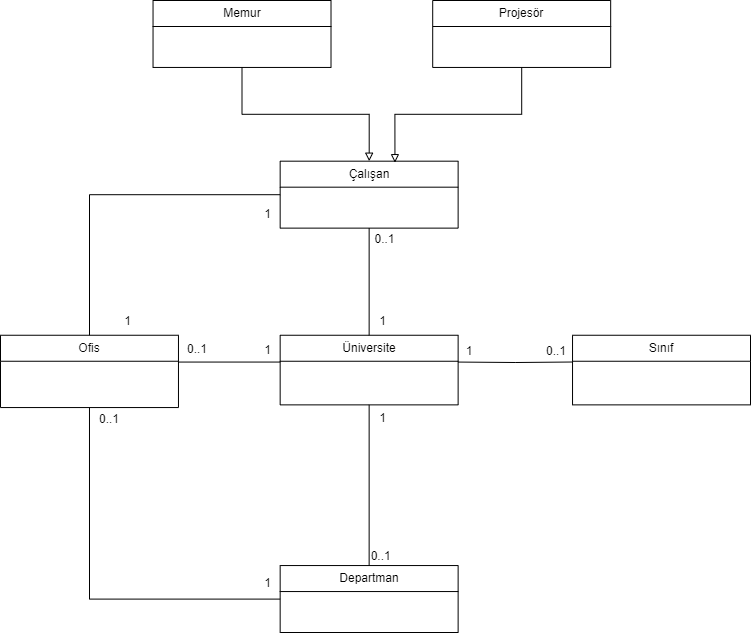
This is Odev_Universite_Yonetim_Sistemi_Class_Diagram.png from omertonkus/Class_Diagrams, a draw.io export, as it was before one commit. Source tidied: cells renumbered, new cells last; positions are measured from the earlier drawing's top-left corner, leaving out a move shared by most shapes. Its diagram source:
```xml
<mxGraphModel background="#FFFFFF">
  <root>
    <mxCell id="0" />
    <mxCell id="1" parent="0" />
    <mxCell id="2" value="Projesör" style="swimlane;fontStyle=0;horizontal=1;startSize=26;fillColor=none;whiteSpace=wrap;html=1;" parent="1" vertex="1">
      <mxGeometry x="432.2" width="178" height="66.9" as="geometry" />
    </mxCell>
    <mxCell id="3" value="Memur" style="swimlane;fontStyle=0;horizontal=1;startSize=26;fillColor=none;whiteSpace=wrap;html=1;" parent="1" vertex="1">
      <mxGeometry x="152.5" width="178" height="66.9" as="geometry" />
    </mxCell>
    <mxCell id="4" value="Üniversite" style="swimlane;fontStyle=0;horizontal=1;startSize=26;fillColor=none;whiteSpace=wrap;html=1;" parent="1" vertex="1">
      <mxGeometry x="279.7" y="334.7" width="178" height="69.6" as="geometry" />
    </mxCell>
    <mxCell id="5" style="edgeStyle=orthogonalEdgeStyle;rounded=0;orthogonalLoop=1;jettySize=auto;html=1;entryX=1;entryY=0.5;entryDx=0;entryDy=0;endArrow=none;endFill=0;" parent="1" edge="1">
      <mxGeometry relative="1" as="geometry">
        <mxPoint x="572" y="361.5" as="sourcePoint" />
        <mxPoint x="457.6" y="361.6" as="targetPoint" />
      </mxGeometry>
    </mxCell>
    <mxCell id="6" value="Sınıf" style="swimlane;fontStyle=0;horizontal=1;startSize=26;fillColor=none;whiteSpace=wrap;html=1;" parent="1" vertex="1">
      <mxGeometry x="572" y="334.7" width="178" height="69.6" as="geometry" />
    </mxCell>
    <mxCell id="7" value="Ofis" style="swimlane;fontStyle=0;horizontal=1;startSize=26;fillColor=none;whiteSpace=wrap;html=1;" parent="1" vertex="1">
      <mxGeometry y="334.7" width="178" height="72.3" as="geometry" />
    </mxCell>
    <mxCell id="8" style="edgeStyle=orthogonalEdgeStyle;rounded=0;jettySize=auto;html=1;startArrow=none;startFill=0;endArrow=none;endFill=0;" parent="1" edge="1" source="10" target="7">
      <mxGeometry relative="1" as="geometry" />
    </mxCell>
    <mxCell id="9" style="edgeStyle=orthogonalEdgeStyle;rounded=0;jettySize=auto;html=1;endArrow=none;endFill=0;" parent="1" edge="1" source="10" target="4">
      <mxGeometry relative="1" as="geometry" />
    </mxCell>
    <mxCell id="10" value="Çalışan" style="swimlane;fontStyle=0;horizontal=1;startSize=26;fillColor=none;whiteSpace=wrap;html=1;" parent="1" vertex="1">
      <mxGeometry x="279.7" y="160.7" width="178" height="66.9" as="geometry" />
    </mxCell>
    <mxCell id="11" value="Departman" style="swimlane;fontStyle=0;horizontal=1;startSize=26;fillColor=none;whiteSpace=wrap;html=1;" parent="1" vertex="1">
      <mxGeometry x="279.7" y="565.1" width="178" height="66.9" as="geometry" />
    </mxCell>
    <mxCell id="12" style="rounded=0;jettySize=auto;html=1;entryX=0.5;entryY=1;entryDx=0;entryDy=0;edgeStyle=orthogonalEdgeStyle;endArrow=none;endFill=0;" parent="1" edge="1" source="11" target="7">
      <mxGeometry relative="1" as="geometry" />
    </mxCell>
    <mxCell id="13" value="1" style="text;html=1;strokeColor=none;fillColor=none;align=center;verticalAlign=middle;whiteSpace=wrap;rounded=0;" parent="1" vertex="1">
      <mxGeometry x="457.6" y="340" width="22.4" height="21.5" as="geometry" />
    </mxCell>
    <mxCell id="14" style="edgeStyle=orthogonalEdgeStyle;rounded=0;orthogonalLoop=1;jettySize=auto;html=1;entryX=0;entryY=0;entryDx=0;entryDy=0;" parent="1" edge="1">
      <mxGeometry relative="1" as="geometry">
        <mxPoint x="533.9" y="362.9" as="sourcePoint" />
        <mxPoint x="533.9" y="362.9" as="targetPoint" />
      </mxGeometry>
    </mxCell>
    <mxCell id="15" style="line;strokeWidth=1;fillColor=none;align=left;verticalAlign=middle;spacingTop=-1;spacingLeft=3;spacingRight=3;labelPosition=right;strokeColor=inherit;" parent="1" vertex="1">
      <mxGeometry x="178" y="356.2" width="101.7" height="10.7" as="geometry" />
    </mxCell>
    <mxCell id="16" value="1" style="text;html=1;strokeColor=none;fillColor=none;align=center;verticalAlign=middle;whiteSpace=wrap;rounded=0;" parent="1" vertex="1">
      <mxGeometry x="254.2" y="336.8" width="26.7" height="26.8" as="geometry" />
    </mxCell>
    <mxCell id="17" style="line;strokeWidth=1;fillColor=none;align=left;verticalAlign=middle;spacingTop=-1;spacingLeft=3;spacingRight=3;labelPosition=right;strokeColor=inherit;direction=south;" parent="1" vertex="1">
      <mxGeometry x="362.3" y="404.4" width="12.7" height="160.7" as="geometry" />
    </mxCell>
    <mxCell id="18" value="1" style="text;html=1;strokeColor=none;fillColor=none;align=center;verticalAlign=middle;whiteSpace=wrap;rounded=0;" parent="1" vertex="1">
      <mxGeometry x="368.6" y="404.4" width="26.7" height="26.8" as="geometry" />
    </mxCell>
    <mxCell id="19" value="0..1" style="align=left;verticalAlign=bottom;labelBackgroundColor=none;fontSize=12;direction=east;" parent="1" vertex="1">
      <mxGeometry x="368.6" y="551.7" height="13.4" as="geometry" />
    </mxCell>
    <mxCell id="20" value="1" style="text;html=1;strokeColor=none;fillColor=none;align=center;verticalAlign=middle;whiteSpace=wrap;rounded=0;" parent="1" vertex="1">
      <mxGeometry x="254.2" y="570" width="26.7" height="26.8" as="geometry" />
    </mxCell>
    <mxCell id="21" value="0..1" style="text;html=1;strokeColor=none;fillColor=none;align=center;verticalAlign=middle;whiteSpace=wrap;rounded=0;" parent="1" vertex="1">
      <mxGeometry x="90" y="407" width="38.1" height="22.9" as="geometry" />
    </mxCell>
    <mxCell id="22" value="1" style="text;html=1;strokeColor=none;fillColor=none;align=center;verticalAlign=middle;whiteSpace=wrap;rounded=0;" parent="1" vertex="1">
      <mxGeometry x="254.2" y="200.8" width="26.7" height="26.8" as="geometry" />
    </mxCell>
    <mxCell id="23" value="1" style="text;html=1;strokeColor=none;fillColor=none;align=center;verticalAlign=middle;whiteSpace=wrap;rounded=0;" parent="1" vertex="1">
      <mxGeometry x="114.4" y="308" width="26.7" height="26.8" as="geometry" />
    </mxCell>
    <mxCell id="24" style="edgeStyle=orthogonalEdgeStyle;rounded=0;jettySize=auto;html=1;endArrow=block;endFill=0;shadow=0;" parent="1" edge="1" source="3" target="10">
      <mxGeometry relative="1" as="geometry" />
    </mxCell>
    <mxCell id="25" style="edgeStyle=orthogonalEdgeStyle;rounded=0;jettySize=auto;html=1;entryX=0.645;entryY=0.022;entryDx=0;entryDy=0;entryPerimeter=0;endArrow=block;endFill=0;" parent="1" edge="1" source="2" target="10">
      <mxGeometry relative="1" as="geometry" />
    </mxCell>
    <mxCell id="26" value="0..1" style="text;html=1;strokeColor=none;fillColor=none;align=center;verticalAlign=middle;whiteSpace=wrap;rounded=0;" parent="1" vertex="1">
      <mxGeometry x="178" y="334.8" width="38.1" height="28.1" as="geometry" />
    </mxCell>
    <mxCell id="27" value="0..1" style="text;html=1;strokeColor=none;fillColor=none;align=center;verticalAlign=middle;whiteSpace=wrap;rounded=0;" parent="1" vertex="1">
      <mxGeometry x="368.6" y="227.6" width="31.4" height="22.4" as="geometry" />
    </mxCell>
    <mxCell id="28" value="1" style="text;html=1;strokeColor=none;fillColor=none;align=center;verticalAlign=middle;whiteSpace=wrap;rounded=0;" parent="1" vertex="1">
      <mxGeometry x="368.6" y="308" width="26.7" height="26.8" as="geometry" />
    </mxCell>
    <mxCell id="29" value="0..1" style="text;html=1;strokeColor=none;fillColor=none;align=center;verticalAlign=middle;whiteSpace=wrap;rounded=0;" parent="1" vertex="1">
      <mxGeometry x="540" y="340" width="32" height="21.5" as="geometry" />
    </mxCell>
  </root>
</mxGraphModel>
```
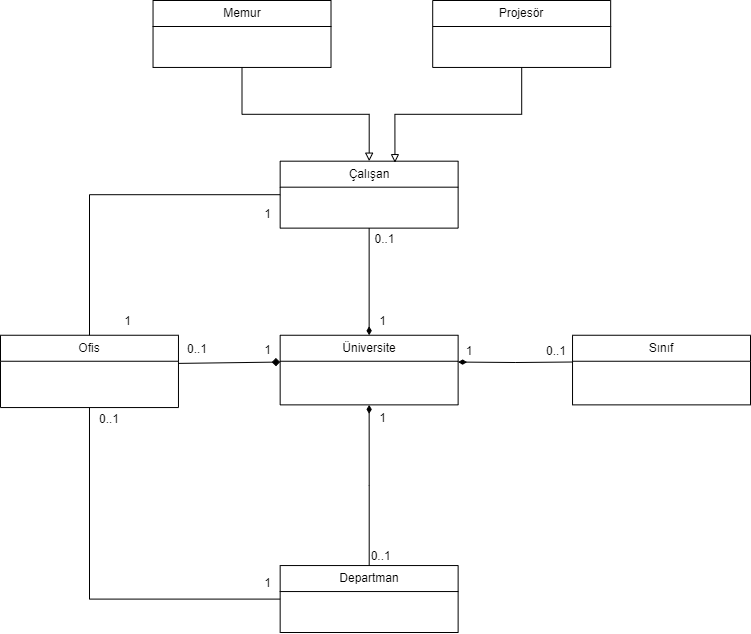
The same file after the commit.

Commit message:
Universite_Yonetim_Sistemi_Class_Diagram eklendi

The edit, as a diff of the source:
```diff
@@ -1,4 +1,4 @@
-<mxGraphModel background="#FFFFFF">
+<mxGraphModel>
   <root>
     <mxCell id="0" />
     <mxCell id="1" parent="0" />
@@ -11,7 +11,7 @@
     <mxCell id="4" value="Üniversite" style="swimlane;fontStyle=0;horizontal=1;startSize=26;fillColor=none;whiteSpace=wrap;html=1;" parent="1" vertex="1">
       <mxGeometry x="279.7" y="334.7" width="178" height="69.6" as="geometry" />
     </mxCell>
-    <mxCell id="5" style="edgeStyle=orthogonalEdgeStyle;rounded=0;orthogonalLoop=1;jettySize=auto;html=1;entryX=1;entryY=0.5;entryDx=0;entryDy=0;endArrow=none;endFill=0;" parent="1" edge="1">
+    <mxCell id="5" style="edgeStyle=orthogonalEdgeStyle;rounded=0;orthogonalLoop=1;jettySize=auto;html=1;entryX=1;entryY=0.5;entryDx=0;entryDy=0;endArrow=diamondThin;endFill=1;" parent="1" edge="1">
       <mxGeometry relative="1" as="geometry">
         <mxPoint x="572" y="361.5" as="sourcePoint" />
         <mxPoint x="457.6" y="361.6" as="targetPoint" />
@@ -20,18 +20,27 @@
     <mxCell id="6" value="Sınıf" style="swimlane;fontStyle=0;horizontal=1;startSize=26;fillColor=none;whiteSpace=wrap;html=1;" parent="1" vertex="1">
       <mxGeometry x="572" y="334.7" width="178" height="69.6" as="geometry" />
     </mxCell>
+    <mxCell id="30" style="rounded=0;orthogonalLoop=1;jettySize=auto;html=1;entryX=0;entryY=0.5;entryDx=0;entryDy=0;endArrow=diamond;endFill=1;" parent="1" edge="1">
+      <mxGeometry relative="1" as="geometry">
+        <mxPoint x="178" y="362.9" as="sourcePoint" />
+        <mxPoint x="279.7" y="361.6" as="targetPoint" />
+      </mxGeometry>
+    </mxCell>
     <mxCell id="7" value="Ofis" style="swimlane;fontStyle=0;horizontal=1;startSize=26;fillColor=none;whiteSpace=wrap;html=1;" parent="1" vertex="1">
       <mxGeometry y="334.7" width="178" height="72.3" as="geometry" />
     </mxCell>
     <mxCell id="8" style="edgeStyle=orthogonalEdgeStyle;rounded=0;jettySize=auto;html=1;startArrow=none;startFill=0;endArrow=none;endFill=0;" parent="1" edge="1" source="10" target="7">
       <mxGeometry relative="1" as="geometry" />
     </mxCell>
-    <mxCell id="9" style="edgeStyle=orthogonalEdgeStyle;rounded=0;jettySize=auto;html=1;endArrow=none;endFill=0;" parent="1" edge="1" source="10" target="4">
+    <mxCell id="9" style="edgeStyle=orthogonalEdgeStyle;rounded=0;jettySize=auto;html=1;endArrow=diamondThin;endFill=1;" parent="1" edge="1" source="10" target="4">
       <mxGeometry relative="1" as="geometry" />
     </mxCell>
     <mxCell id="10" value="Çalışan" style="swimlane;fontStyle=0;horizontal=1;startSize=26;fillColor=none;whiteSpace=wrap;html=1;" parent="1" vertex="1">
       <mxGeometry x="279.7" y="160.7" width="178" height="66.9" as="geometry" />
     </mxCell>
+    <mxCell id="31" style="edgeStyle=orthogonalEdgeStyle;rounded=0;jettySize=auto;html=1;entryX=0.5;entryY=1;entryDx=0;entryDy=0;endArrow=diamondThin;endFill=1;" parent="1" edge="1" source="11" target="4">
+      <mxGeometry relative="1" as="geometry" />
+    </mxCell>
     <mxCell id="11" value="Departman" style="swimlane;fontStyle=0;horizontal=1;startSize=26;fillColor=none;whiteSpace=wrap;html=1;" parent="1" vertex="1">
       <mxGeometry x="279.7" y="565.1" width="178" height="66.9" as="geometry" />
     </mxCell>
@@ -47,15 +56,9 @@
         <mxPoint x="533.9" y="362.9" as="targetPoint" />
       </mxGeometry>
     </mxCell>
-    <mxCell id="15" style="line;strokeWidth=1;fillColor=none;align=left;verticalAlign=middle;spacingTop=-1;spacingLeft=3;spacingRight=3;labelPosition=right;strokeColor=inherit;" parent="1" vertex="1">
-      <mxGeometry x="178" y="356.2" width="101.7" height="10.7" as="geometry" />
-    </mxCell>
     <mxCell id="16" value="1" style="text;html=1;strokeColor=none;fillColor=none;align=center;verticalAlign=middle;whiteSpace=wrap;rounded=0;" parent="1" vertex="1">
       <mxGeometry x="254.2" y="336.8" width="26.7" height="26.8" as="geometry" />
     </mxCell>
-    <mxCell id="17" style="line;strokeWidth=1;fillColor=none;align=left;verticalAlign=middle;spacingTop=-1;spacingLeft=3;spacingRight=3;labelPosition=right;strokeColor=inherit;direction=south;" parent="1" vertex="1">
-      <mxGeometry x="362.3" y="404.4" width="12.7" height="160.7" as="geometry" />
-    </mxCell>
     <mxCell id="18" value="1" style="text;html=1;strokeColor=none;fillColor=none;align=center;verticalAlign=middle;whiteSpace=wrap;rounded=0;" parent="1" vertex="1">
       <mxGeometry x="368.6" y="404.4" width="26.7" height="26.8" as="geometry" />
     </mxCell>
```
